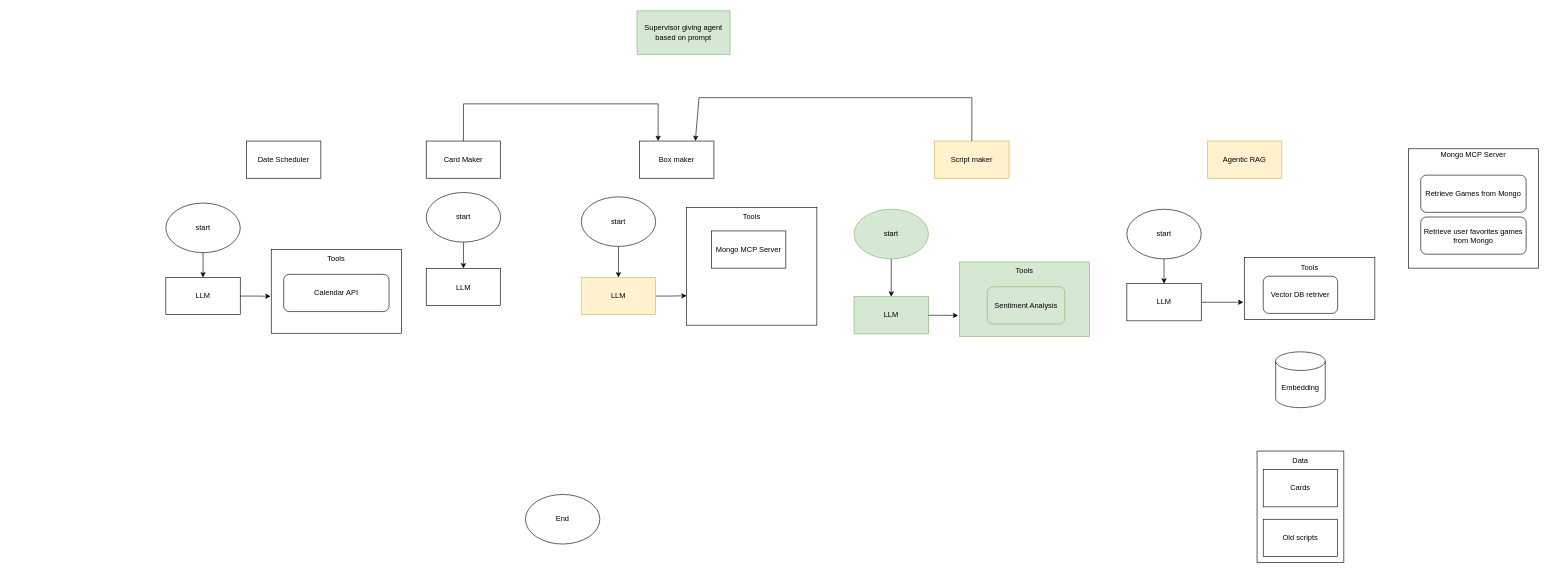
This is liz.drawio from SewoNN/liz, a draw.io file, before an edit. Source tidied: cells renumbered, new cells numbered last; positions are measured from the earlier drawing's top-left corner, leaving out a move shared by most shapes. Both pictures are drawn from the tidied source at 62%, with x=0, y=0 at pixel (166, 11).
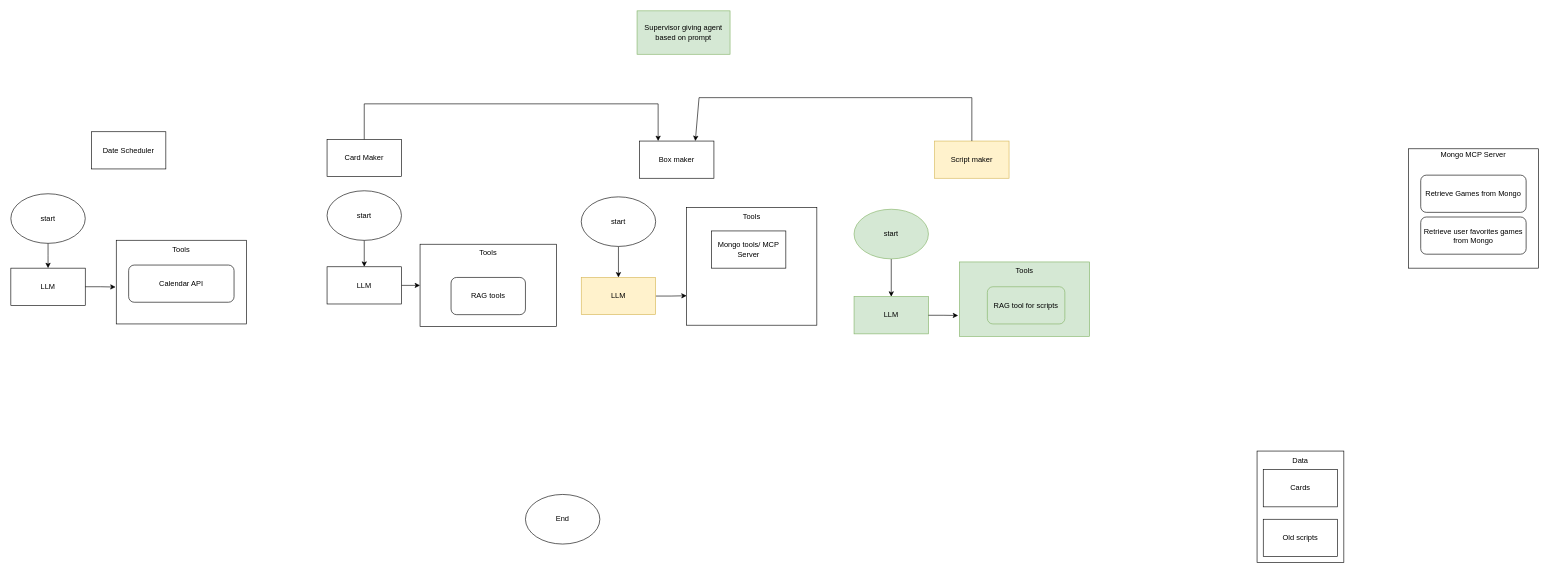
The same diagram, later.

The change refers to these unchanged cells:
```xml
<mxCell id="8" value="Box maker" style="rounded=0;whiteSpace=wrap;html=1;" parent="1" vertex="1">
  <mxGeometry x="764" y="210" width="120" height="60" as="geometry" />
</mxCell>
```

Change to the diagram source:
```diff
@@
     <mxCell id="7" value="Date Scheduler" style="rounded=0;whiteSpace=wrap;html=1;" parent="1" vertex="1">
-      <mxGeometry x="130" y="210" width="120" height="60" as="geometry" />
+      <mxGeometry x="-120" y="195" width="120" height="60" as="geometry" />
     </mxCell>
@@
-    <mxCell id="12" value="Sentiment Analysis" style="rounded=1;whiteSpace=wrap;html=1;fillColor=#d5e8d4;strokeColor=#82b366;" parent="1" vertex="1">
+    <mxCell id="12" value="RAG tool for scripts" style="rounded=1;whiteSpace=wrap;html=1;fillColor=#d5e8d4;strokeColor=#82b366;" parent="1" vertex="1">
       <mxGeometry x="1325" y="445" width="125" height="60" as="geometry" />
     </mxCell>
@@
     <mxCell id="24" value="Card Maker" style="rounded=0;whiteSpace=wrap;html=1;" parent="1" vertex="1">
-      <mxGeometry x="420" y="210" width="120" height="60" as="geometry" />
+      <mxGeometry x="260" y="207.2" width="120" height="60" as="geometry" />
     </mxCell>
+    <mxCell id="51" style="edgeStyle=orthogonalEdgeStyle;rounded=0;jettySize=auto;html=1;" parent="1" edge="1" source="25" target="52">
+      <mxGeometry relative="1" as="geometry" />
+    </mxCell>
     <mxCell id="25" value="LLM" style="rounded=0;whiteSpace=wrap;html=1;" parent="1" vertex="1">
-      <mxGeometry x="420" y="415.5" width="120" height="60" as="geometry" />
+      <mxGeometry x="260" y="412.8" width="120" height="60" as="geometry" />
     </mxCell>
@@
     <mxCell id="27" value="start" style="ellipse;whiteSpace=wrap;html=1;" parent="1" vertex="1">
-      <mxGeometry x="420" y="293" width="120" height="80" as="geometry" />
+      <mxGeometry x="260" y="290.2" width="120" height="80" as="geometry" />
     </mxCell>
     <mxCell id="28" value="LLM" style="rounded=0;whiteSpace=wrap;html=1;" parent="1" vertex="1">
-      <mxGeometry y="430" width="120" height="60" as="geometry" />
+      <mxGeometry x="-250" y="415" width="120" height="60" as="geometry" />
     </mxCell>
     <mxCell id="29" style="edgeStyle=orthogonalEdgeStyle;rounded=0;jettySize=auto;html=1;" parent="1" edge="1" source="30">
       <mxGeometry relative="1" as="geometry">
-        <mxPoint x="60" y="430" as="targetPoint" />
+        <mxPoint x="-190" y="415" as="targetPoint" />
       </mxGeometry>
     </mxCell>
     <mxCell id="30" value="start" style="ellipse;whiteSpace=wrap;html=1;" parent="1" vertex="1">
-      <mxGeometry y="310" width="120" height="80" as="geometry" />
+      <mxGeometry x="-250" y="295" width="120" height="80" as="geometry" />
     </mxCell>
     <mxCell id="31" style="rounded=0;whiteSpace=wrap;html=1;" parent="1" vertex="1">
-      <mxGeometry x="170" y="385" width="210" height="135" as="geometry" />
+      <mxGeometry x="-80" y="370" width="210" height="135" as="geometry" />
     </mxCell>
     <mxCell id="32" value="Tools" style="text;html=1;align=center;verticalAlign=middle;whiteSpace=wrap;rounded=0;" parent="1" vertex="1">
-      <mxGeometry x="245" y="385" width="60" height="30" as="geometry" />
+      <mxGeometry x="-5" y="370" width="60" height="30" as="geometry" />
     </mxCell>
     <mxCell id="33" value="Calendar API" style="rounded=1;whiteSpace=wrap;html=1;" parent="1" vertex="1">
-      <mxGeometry x="190" y="425" width="170" height="60" as="geometry" />
+      <mxGeometry x="-60" y="410" width="170" height="60" as="geometry" />
     </mxCell>
@@
-    <mxCell id="35" style="rounded=0;whiteSpace=wrap;html=1;" parent="1" vertex="1">
-      <mxGeometry x="1740" y="398" width="210" height="100" as="geometry" />
-    </mxCell>
-    <mxCell id="36" value="Agentic RAG" style="rounded=0;whiteSpace=wrap;html=1;fillColor=#fff2cc;strokeColor=#d6b656;" parent="1" vertex="1">
-      <mxGeometry x="1680" y="210" width="120" height="60" as="geometry" />
-    </mxCell>
-    <mxCell id="37" value="LLM" style="rounded=0;whiteSpace=wrap;html=1;" parent="1" vertex="1">
-      <mxGeometry x="1550" y="440" width="120" height="60" as="geometry" />
-    </mxCell>
-    <mxCell id="38" style="edgeStyle=orthogonalEdgeStyle;rounded=0;jettySize=auto;html=1;entryX=0.5;entryY=0;entryDx=0;entryDy=0;" parent="1" edge="1" source="39" target="37">
-      <mxGeometry relative="1" as="geometry" />
-    </mxCell>
-    <mxCell id="39" value="start" style="ellipse;whiteSpace=wrap;html=1;" parent="1" vertex="1">
-      <mxGeometry x="1550" y="320" width="120" height="80" as="geometry" />
-    </mxCell>
-    <mxCell id="40" value="Vector DB retriver" style="rounded=1;whiteSpace=wrap;html=1;" parent="1" vertex="1">
-      <mxGeometry x="1770" y="428" width="120" height="60" as="geometry" />
-    </mxCell>
-    <mxCell id="41" value="Tools" style="text;html=1;align=center;verticalAlign=middle;whiteSpace=wrap;rounded=0;" parent="1" vertex="1">
-      <mxGeometry x="1815" y="400" width="60" height="30" as="geometry" />
-    </mxCell>
-    <mxCell id="42" style="edgeStyle=orthogonalEdgeStyle;rounded=0;jettySize=auto;html=1;entryX=-0.01;entryY=0.72;entryDx=0;entryDy=0;entryPerimeter=0;" parent="1" edge="1" source="37" target="35">
-      <mxGeometry relative="1" as="geometry" />
-    </mxCell>
-    <mxCell id="43" value="Mongo MCP Server" style="rounded=0;whiteSpace=wrap;html=1;" parent="1" vertex="1">
+    <mxCell id="43" value="Mongo tools/ MCP Server" style="rounded=0;whiteSpace=wrap;html=1;" parent="1" vertex="1">
       <mxGeometry x="880" y="355" width="120" height="60" as="geometry" />
     </mxCell>
@@
-    <mxCell id="48" value="Embedding" style="shape=cylinder3;whiteSpace=wrap;html=1;boundedLbl=1;backgroundOutline=1;size=15;" parent="1" vertex="1">
-      <mxGeometry x="1790" y="550" width="80" height="90" as="geometry" />
-    </mxCell>
     <mxCell id="49" style="endArrow=classic;html=1;rounded=0;exitX=0.5;exitY=0;exitDx=0;exitDy=0;entryX=0.25;entryY=0;entryDx=0;entryDy=0;" parent="1" edge="1" source="24" target="8">
       <mxGeometry relative="1" as="geometry">
         <Array as="points">
-          <mxPoint x="480" y="150" />
+          <mxPoint x="320" y="150" />
           <mxPoint x="794" y="150" />
         </Array>
       </mxGeometry>
     </mxCell>
@@
+    <mxCell id="52" style="rounded=0;whiteSpace=wrap;html=1;" parent="1" vertex="1">
+      <mxGeometry x="410" y="376.4" width="220" height="132.8" as="geometry" />
+    </mxCell>
+    <mxCell id="41" value="Tools" style="text;html=1;align=center;verticalAlign=middle;whiteSpace=wrap;rounded=0;" parent="1" vertex="1">
+      <mxGeometry x="490" y="376.4" width="60" height="30" as="geometry" />
+    </mxCell>
+    <mxCell id="53" value="RAG tools" style="rounded=1;whiteSpace=wrap;html=1;" parent="1" vertex="1">
+      <mxGeometry x="460" y="430" width="120" height="60" as="geometry" />
+    </mxCell>
```
